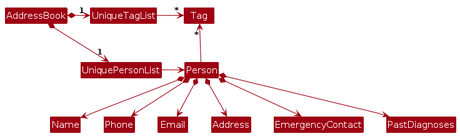
Above: diagrams/BetterModelClassDiagram.png in bananapielearnsjava/tp (PlantUML), before the change. Its source is kept beside it as diagrams/BetterModelClassDiagram.puml. Its diagram source:
```plantuml
@startuml
!include style.puml
skinparam arrowThickness 1.1
skinparam arrowColor MODEL_COLOR
skinparam classBackgroundColor MODEL_COLOR

AddressBook *-right-> "1" UniquePersonList
AddressBook *-right-> "1" UniqueTagList
UniqueTagList -[hidden]down- UniquePersonList
UniqueTagList -[hidden]down- UniquePersonList

UniqueTagList -right-> "*" Tag
UniquePersonList -right-> Person

Person -up-> "*" Tag

Person *--> Name
Person *--> Phone
Person *--> Email
Person *--> Address
Person *--> EmergencyContact
Person *--> PastDiagnoses
@enduml
```
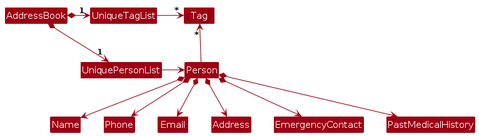
After the change.

Diff of the diagram source:
```diff
@@ -19,5 +19,5 @@
 Person *--> Email
 Person *--> Address
 Person *--> EmergencyContact
-Person *--> PastDiagnoses
+Person *--> PastMedicalHistory
 @enduml
```
